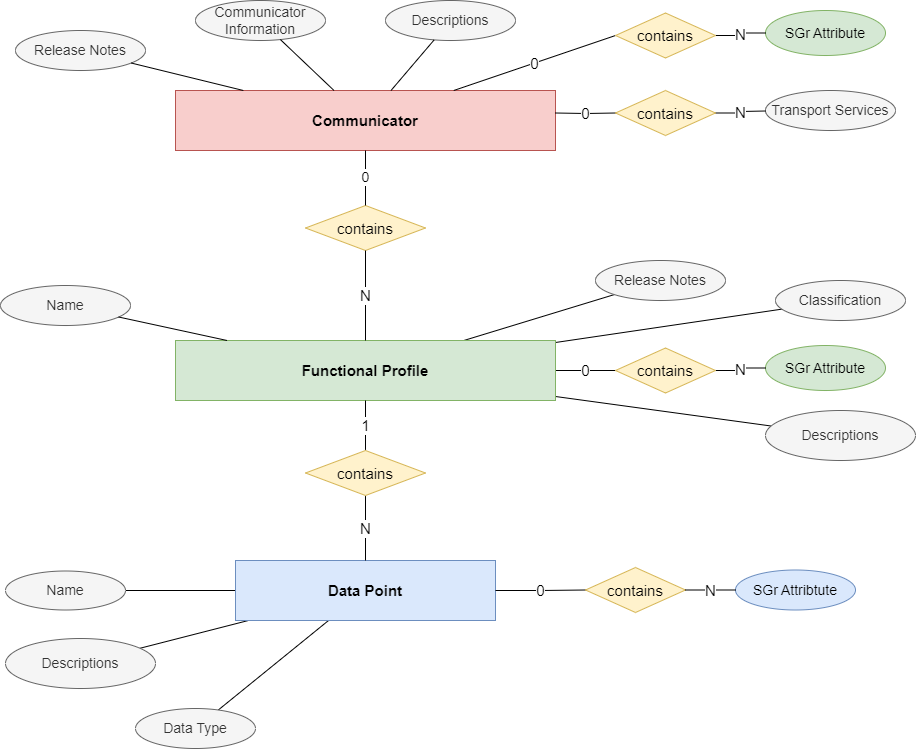
Before: doc/communicator.drawio.png, a diagram exported from draw.io (SmartgridReady/SGrSpecifications). Source tidied: cells renumbered, new cells last; positions are measured from the earlier drawing's top-left corner, leaving out a move shared by most shapes.
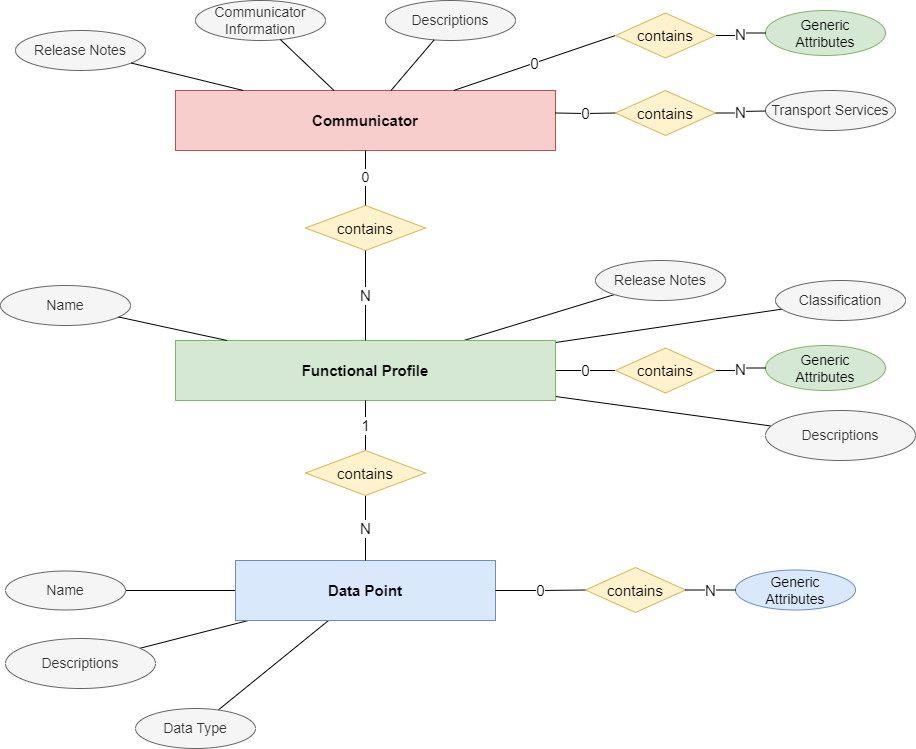
Above is the later version.

Commit message:
#198 Harmonize Generic Attributes

Diff of the diagram source:
```diff
@@ -23,7 +23,7 @@
     <mxCell id="8" value="Release Notes" style="ellipse;whiteSpace=wrap;html=1;fillColor=#f5f5f5;fontColor=#333333;strokeColor=#666666;fontSize=14;" parent="1" vertex="1">
       <mxGeometry x="595" y="260" width="130" height="40" as="geometry" />
     </mxCell>
-    <mxCell id="9" value="SGr Attribute" style="ellipse;whiteSpace=wrap;html=1;fillColor=#d5e8d4;strokeColor=#82b366;fontSize=14;" parent="1" vertex="1">
+    <mxCell id="9" value="Generic&lt;br style=&quot;border-color: var(--border-color);&quot;&gt;Attributes" style="ellipse;whiteSpace=wrap;html=1;fillColor=#d5e8d4;strokeColor=#82b366;fontSize=14;" parent="1" vertex="1">
       <mxGeometry x="765" y="345" width="120" height="45" as="geometry" />
     </mxCell>
     <mxCell id="10" style="edgeStyle=none;rounded=0;jettySize=auto;html=1;strokeColor=default;fontSize=12;endArrow=none;endFill=0;" parent="1" edge="1" source="13" target="15">
@@ -53,7 +53,7 @@
     <mxCell id="18" value="Descriptions" style="ellipse;whiteSpace=wrap;html=1;fillColor=#f5f5f5;fontColor=#333333;strokeColor=#666666;fontSize=14;" parent="1" vertex="1">
       <mxGeometry x="5" y="638" width="150" height="50" as="geometry" />
     </mxCell>
-    <mxCell id="19" value="SGr Attribtute" style="ellipse;whiteSpace=wrap;html=1;fillColor=#dae8fc;strokeColor=#6c8ebf;fontSize=14;" parent="1" vertex="1">
+    <mxCell id="19" value="Generic&lt;br style=&quot;border-color: var(--border-color);&quot;&gt;Attributes" style="ellipse;whiteSpace=wrap;html=1;fillColor=#dae8fc;strokeColor=#6c8ebf;fontSize=14;" parent="1" vertex="1">
       <mxGeometry x="735" y="569.5" width="120" height="40" as="geometry" />
     </mxCell>
     <mxCell id="20" value="N" style="edgeStyle=orthogonalEdgeStyle;rounded=0;jettySize=auto;html=1;strokeColor=default;fontSize=15;endArrow=none;endFill=0;exitX=1;exitY=0.5;exitDx=0;exitDy=0;" parent="1" edge="1" source="21" target="9">
@@ -135,7 +135,7 @@
     <mxCell id="44" value="0" style="rounded=0;jettySize=auto;html=1;strokeColor=default;fontSize=15;endArrow=none;endFill=0;entryX=0;entryY=0.5;entryDx=0;entryDy=0;" parent="1" edge="1" source="30" target="47">
       <mxGeometry relative="1" as="geometry" />
     </mxCell>
-    <mxCell id="45" value="SGr Attribute" style="ellipse;whiteSpace=wrap;html=1;fillColor=#d5e8d4;strokeColor=#82b366;fontSize=14;" parent="1" vertex="1">
+    <mxCell id="45" value="Generic&lt;br&gt;Attributes" style="ellipse;whiteSpace=wrap;html=1;fillColor=#d5e8d4;strokeColor=#82b366;fontSize=14;" parent="1" vertex="1">
       <mxGeometry x="765" y="10" width="120" height="45" as="geometry" />
     </mxCell>
     <mxCell id="46" value="N" style="edgeStyle=orthogonalEdgeStyle;rounded=0;jettySize=auto;html=1;strokeColor=default;fontSize=15;endArrow=none;endFill=0;exitX=1;exitY=0.5;exitDx=0;exitDy=0;" parent="1" edge="1" source="47" target="45">
```
